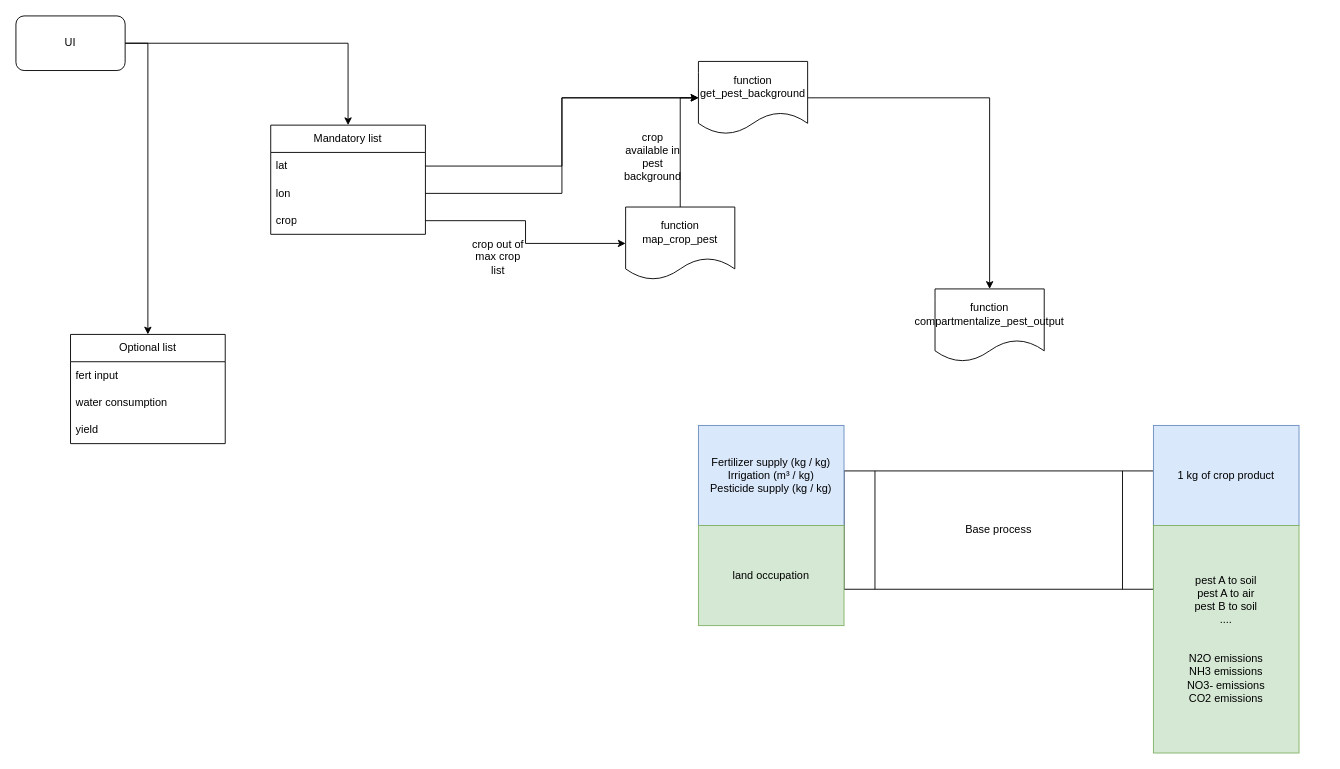
The draw.io diagram docs/Calcey_data_flow.drawio in TitouanGreffe/Calcey, before the edit. Source tidied: cells renumbered, new cells numbered last; positions are measured from the earlier drawing's top-left corner, leaving out a move shared by most shapes. Both pictures are drawn from the tidied source at 91%, with x=0, y=0 at pixel (15, 15).
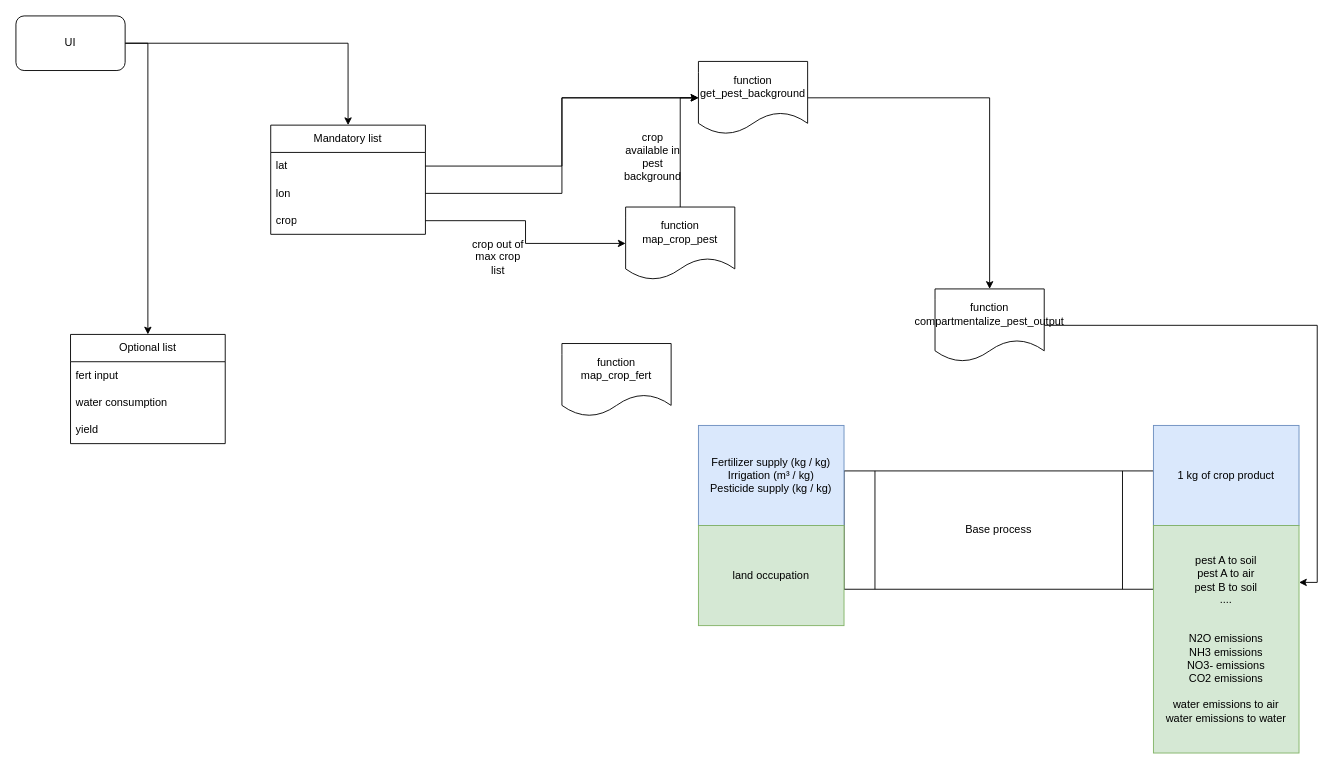
The same diagram, later.

Unchanged cells that the change refers to:
```xml
<mxCell id="27" value="function compartmentalize_pest_output" style="shape=document;whiteSpace=wrap;html=1;boundedLbl=1;fontStyle=0;startSize=30;" parent="1" vertex="1">
  <mxGeometry x="1010" y="300" width="120" height="80" as="geometry" />
</mxCell>
```

What changed in the source:
```diff
@@
-    <mxCell id="6" value="&lt;div&gt;pest A to soil&lt;/div&gt;&lt;div&gt;pest A to air&lt;/div&gt;&lt;div&gt;pest B to soil&lt;/div&gt;&lt;div&gt;....&lt;/div&gt;&lt;div&gt;&lt;br&gt;&lt;/div&gt;&lt;div&gt;&lt;br&gt;&lt;/div&gt;&lt;div&gt;N2O emissions&lt;/div&gt;&lt;div&gt;NH3 emissions&lt;/div&gt;&lt;div&gt;NO3- emissions&lt;br&gt;&lt;/div&gt;&lt;div&gt;CO2 emissions&lt;/div&gt;" style="rounded=0;whiteSpace=wrap;html=1;fillColor=#d5e8d4;strokeColor=#82b366;" parent="1" vertex="1">
+    <mxCell id="6" value="&lt;div&gt;pest A to soil&lt;/div&gt;&lt;div&gt;pest A to air&lt;/div&gt;&lt;div&gt;pest B to soil&lt;/div&gt;&lt;div&gt;....&lt;/div&gt;&lt;div&gt;&lt;br&gt;&lt;/div&gt;&lt;div&gt;&lt;br&gt;&lt;/div&gt;&lt;div&gt;N2O emissions&lt;/div&gt;&lt;div&gt;NH3 emissions&lt;/div&gt;&lt;div&gt;NO3- emissions&lt;br&gt;&lt;/div&gt;&lt;div&gt;CO2 emissions&lt;/div&gt;&lt;div&gt;&lt;br&gt;&lt;/div&gt;&lt;div&gt;water emissions to air&lt;/div&gt;&lt;div&gt;water emissions to water&lt;br&gt;&lt;/div&gt;" style="rounded=0;whiteSpace=wrap;html=1;fillColor=#d5e8d4;strokeColor=#82b366;" parent="1" vertex="1">
       <mxGeometry x="1250" y="560" width="160" height="250" as="geometry" />
     </mxCell>
@@
+    <mxCell id="28" style="edgeStyle=orthogonalEdgeStyle;rounded=0;jettySize=auto;html=1;entryX=1;entryY=0.25;entryDx=0;entryDy=0;" parent="1" edge="1" source="27" target="6">
+      <mxGeometry relative="1" as="geometry" />
+    </mxCell>
@@
+    <mxCell id="29" value="function map_crop_fert" style="shape=document;whiteSpace=wrap;html=1;boundedLbl=1;fontStyle=0;startSize=30;" parent="1" vertex="1">
+      <mxGeometry x="600" y="360" width="120" height="80" as="geometry" />
+    </mxCell>
```
